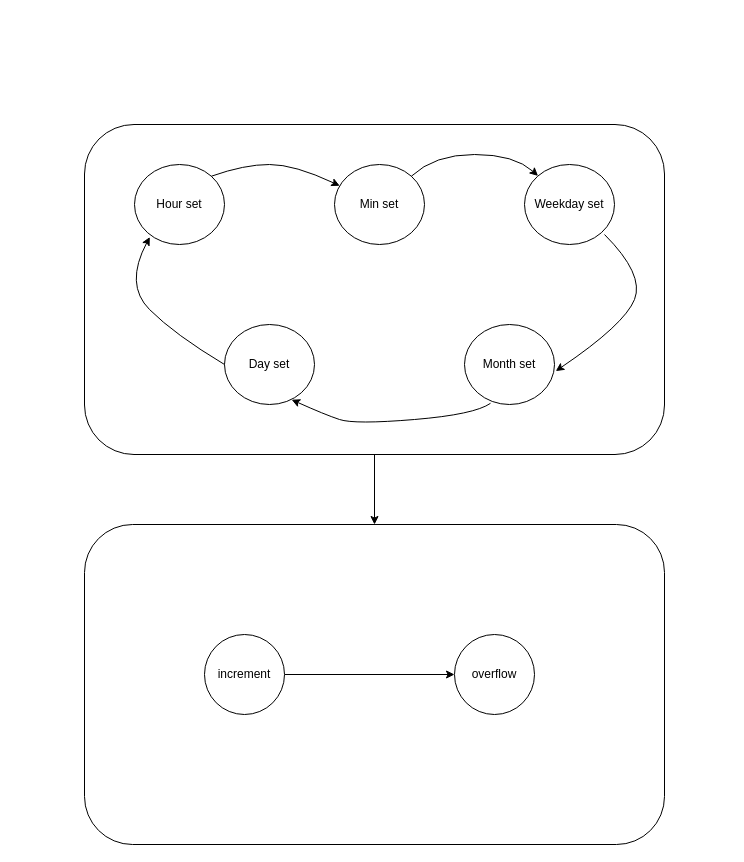
Earlier version of the draw.io diagram page "Time/Calendar/ Alarm setting" (3 of 4) of Stopwatch FSM.drawio (epicfletch/UWE-Stopwatch-3LM). Source tidied: cells renumbered, new cells numbered last; positions are measured from the earlier drawing's top-left corner, leaving out a move shared by most shapes. Both pictures are drawn from the tidied source at 100%, with x=0, y=0 at pixel (84, 124).
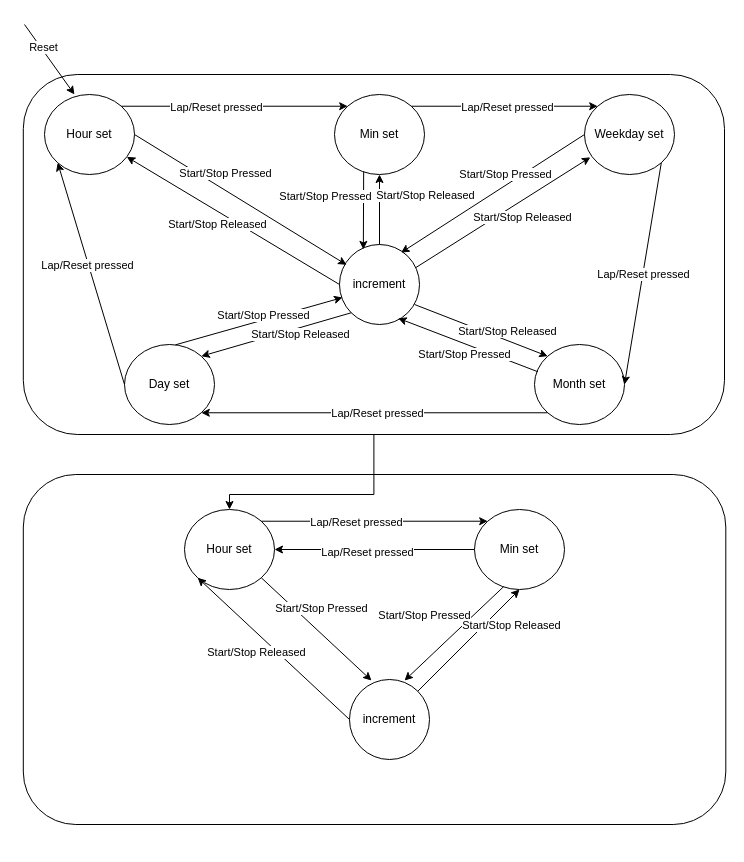
After the change.

The edit, as a diff of the source:
```diff
@@
-    <mxCell id="2" style="edgeStyle=orthogonalEdgeStyle;rounded=0;jettySize=auto;html=1;exitX=0.5;exitY=1;exitDx=0;exitDy=0;entryX=0.5;entryY=0;entryDx=0;entryDy=0;" parent="1" edge="1" source="3" target="14">
-      <mxGeometry relative="1" as="geometry" />
-    </mxCell>
-    <mxCell id="3" style="rounded=1;whiteSpace=wrap;html=1;" parent="1" vertex="1">
-      <mxGeometry width="580" height="330" as="geometry" />
-    </mxCell>
+    <mxCell id="18" style="rounded=1;whiteSpace=wrap;html=1;" parent="1" vertex="1">
+      <mxGeometry x="-61.2" y="-50" width="701.2" height="360" as="geometry" />
+    </mxCell>
     <mxCell id="4" value="Hour set" style="ellipse;whiteSpace=wrap;html=1;" parent="1" vertex="1">
-      <mxGeometry x="50" y="40" width="90" height="80" as="geometry" />
+      <mxGeometry x="-40" y="-30" width="90" height="80" as="geometry" />
     </mxCell>
     <mxCell id="5" value="Min set" style="ellipse;whiteSpace=wrap;html=1;" parent="1" vertex="1">
-      <mxGeometry x="250" y="40" width="90" height="80" as="geometry" />
+      <mxGeometry x="250" y="-30" width="90" height="80" as="geometry" />
     </mxCell>
     <mxCell id="6" value="Weekday set" style="ellipse;whiteSpace=wrap;html=1;" parent="1" vertex="1">
-      <mxGeometry x="440" y="40" width="90" height="80" as="geometry" />
+      <mxGeometry x="500" y="-30" width="90" height="80" as="geometry" />
     </mxCell>
     <mxCell id="7" value="Day set" style="ellipse;whiteSpace=wrap;html=1;" parent="1" vertex="1">
-      <mxGeometry x="140" y="200" width="90" height="80" as="geometry" />
+      <mxGeometry x="40" y="220" width="90" height="80" as="geometry" />
     </mxCell>
     <mxCell id="8" value="Month set" style="ellipse;whiteSpace=wrap;html=1;" parent="1" vertex="1">
-      <mxGeometry x="380" y="200" width="90" height="80" as="geometry" />
+      <mxGeometry x="450" y="220" width="90" height="80" as="geometry" />
     </mxCell>
+    <mxCell id="16" value="increment" style="ellipse;whiteSpace=wrap;html=1;" parent="1" vertex="1">
+      <mxGeometry x="255" y="120" width="80" height="80" as="geometry" />
+    </mxCell>
+    <mxCell id="13" style="endArrow=classic;html=1;rounded=0;exitX=1;exitY=0;exitDx=0;exitDy=0;entryX=0;entryY=0;entryDx=0;entryDy=0;" parent="1" edge="1" source="4" target="5">
+      <mxGeometry relative="1" as="geometry" />
+    </mxCell>
+    <mxCell id="19" value="Lap/Reset pressed" style="edgeLabel;html=1;align=center;verticalAlign=middle;" parent="13" vertex="1">
+      <mxGeometry x="-0.29" y="-1" relative="1" as="geometry">
+        <mxPoint x="15" as="offset" />
+      </mxGeometry>
+    </mxCell>
-    <mxCell id="9" style="curved=1;endArrow=classic;html=1;rounded=0;exitX=1;exitY=0;exitDx=0;exitDy=0;" parent="1" edge="1" source="5" target="6">
-      <mxGeometry relative="1" as="geometry">
-        <Array as="points">
-          <mxPoint x="350" y="30" />
-          <mxPoint x="430" y="30" />
-        </Array>
-      </mxGeometry>
+    <mxCell id="9" style="endArrow=classic;html=1;rounded=0;exitX=1;exitY=0;exitDx=0;exitDy=0;entryX=0;entryY=0;entryDx=0;entryDy=0;" parent="1" edge="1" source="5" target="6">
+      <mxGeometry relative="1" as="geometry" />
     </mxCell>
+    <mxCell id="20" value="Lap/Reset pressed" style="edgeLabel;html=1;align=center;verticalAlign=middle;" parent="9" vertex="1">
+      <mxGeometry x="0.07" y="-1" relative="1" as="geometry">
+        <mxPoint x="-4" as="offset" />
+      </mxGeometry>
+    </mxCell>
-    <mxCell id="10" style="curved=1;endArrow=classic;html=1;rounded=0;exitX=0.889;exitY=0.875;exitDx=0;exitDy=0;exitPerimeter=0;entryX=1.014;entryY=0.582;entryDx=0;entryDy=0;entryPerimeter=0;" parent="1" edge="1" source="6" target="8">
-      <mxGeometry relative="1" as="geometry">
-        <Array as="points">
-          <mxPoint x="560" y="150" />
-          <mxPoint x="540" y="200" />
-        </Array>
-      </mxGeometry>
+    <mxCell id="10" style="endArrow=classic;html=1;rounded=0;exitX=1;exitY=1;exitDx=0;exitDy=0;entryX=1;entryY=0.5;entryDx=0;entryDy=0;" parent="1" edge="1" source="6" target="8">
+      <mxGeometry relative="1" as="geometry" />
     </mxCell>
+    <mxCell id="21" value="Lap/Reset pressed" style="edgeLabel;html=1;align=center;verticalAlign=middle;" parent="10" vertex="1">
+      <mxGeometry x="0.01" relative="1" as="geometry" />
+    </mxCell>
-    <mxCell id="11" style="curved=1;endArrow=classic;html=1;rounded=0;exitX=0.289;exitY=0.985;exitDx=0;exitDy=0;exitPerimeter=0;entryX=0.746;entryY=0.94;entryDx=0;entryDy=0;entryPerimeter=0;" parent="1" edge="1" source="8" target="7">
-      <mxGeometry relative="1" as="geometry">
-        <Array as="points">
-          <mxPoint x="390" y="290" />
-          <mxPoint x="270" y="300" />
-          <mxPoint x="240" y="290" />
-        </Array>
-      </mxGeometry>
+    <mxCell id="11" style="endArrow=classic;html=1;rounded=0;exitX=0;exitY=1;exitDx=0;exitDy=0;entryX=1;entryY=1;entryDx=0;entryDy=0;" parent="1" edge="1" source="8" target="7">
+      <mxGeometry relative="1" as="geometry" />
     </mxCell>
+    <mxCell id="22" value="Lap/Reset pressed" style="edgeLabel;html=1;align=center;verticalAlign=middle;" parent="11" vertex="1">
+      <mxGeometry x="-0.01" relative="1" as="geometry" />
+    </mxCell>
-    <mxCell id="12" style="curved=1;endArrow=classic;html=1;rounded=0;exitX=0;exitY=0.5;exitDx=0;exitDy=0;entryX=0.17;entryY=0.907;entryDx=0;entryDy=0;entryPerimeter=0;" parent="1" edge="1" source="7" target="4">
-      <mxGeometry relative="1" as="geometry">
-        <Array as="points">
-          <mxPoint x="90" y="210" />
-          <mxPoint x="40" y="160" />
-        </Array>
-      </mxGeometry>
+    <mxCell id="12" style="endArrow=classic;html=1;rounded=0;exitX=0;exitY=0.5;exitDx=0;exitDy=0;entryX=0;entryY=1;entryDx=0;entryDy=0;" parent="1" edge="1" source="7" target="4">
+      <mxGeometry relative="1" as="geometry" />
     </mxCell>
-    <mxCell id="13" style="curved=1;endArrow=classic;html=1;rounded=0;exitX=1;exitY=0;exitDx=0;exitDy=0;" parent="1" edge="1" source="4" target="5">
-      <mxGeometry relative="1" as="geometry">
-        <Array as="points">
-          <mxPoint x="160" y="40" />
-          <mxPoint x="210" y="40" />
-        </Array>
-      </mxGeometry>
-    </mxCell>
-    <mxCell id="14" style="rounded=1;whiteSpace=wrap;html=1;" parent="1" vertex="1">
-      <mxGeometry y="400" width="580" height="320" as="geometry" />
-    </mxCell>
-    <mxCell id="15" style="edgeStyle=orthogonalEdgeStyle;rounded=0;jettySize=auto;html=1;exitX=1;exitY=0.5;exitDx=0;exitDy=0;" parent="1" edge="1" source="16" target="17">
-      <mxGeometry relative="1" as="geometry" />
-    </mxCell>
-    <mxCell id="16" value="increment" style="ellipse;whiteSpace=wrap;html=1;" parent="1" vertex="1">
-      <mxGeometry x="120" y="510" width="80" height="80" as="geometry" />
-    </mxCell>
-    <mxCell id="17" value="over&lt;span style=&quot;background-color: transparent; color: light-dark(rgb(0, 0, 0), rgb(255, 255, 255));&quot;&gt;flow&lt;/span&gt;" style="ellipse;whiteSpace=wrap;html=1;" parent="1" vertex="1">
-      <mxGeometry x="370" y="510" width="80" height="80" as="geometry" />
-    </mxCell>
+    <mxCell id="23" value="Lap/Reset pressed" style="edgeLabel;html=1;align=center;verticalAlign=middle;" parent="12" vertex="1">
+      <mxGeometry x="0.08" y="2" relative="1" as="geometry" />
+    </mxCell>
+    <mxCell id="24" style="endArrow=classic;html=1;rounded=0;exitX=1;exitY=0.5;exitDx=0;exitDy=0;entryX=0.088;entryY=0.254;entryDx=0;entryDy=0;entryPerimeter=0;" parent="1" edge="1" source="4" target="16">
+      <mxGeometry relative="1" as="geometry" />
+    </mxCell>
+    <mxCell id="25" value="Start/Stop Pressed" style="edgeLabel;html=1;align=center;verticalAlign=middle;" parent="24" vertex="1">
+      <mxGeometry x="-0.41" relative="1" as="geometry">
+        <mxPoint x="28" as="offset" />
+      </mxGeometry>
+    </mxCell>
+    <mxCell id="26" style="endArrow=classic;html=1;rounded=0;exitX=0;exitY=0.5;exitDx=0;exitDy=0;" parent="1" edge="1" source="16" target="4">
+      <mxGeometry relative="1" as="geometry" />
+    </mxCell>
+    <mxCell id="27" value="Start/Stop Released" style="edgeLabel;html=1;align=center;verticalAlign=middle;" parent="26" vertex="1">
+      <mxGeometry x="-0.04" y="1" relative="1" as="geometry">
+        <mxPoint x="-20" as="offset" />
+      </mxGeometry>
+    </mxCell>
+    <mxCell id="28" style="endArrow=classic;html=1;rounded=0;exitX=0.567;exitY=0.004;exitDx=0;exitDy=0;entryX=0.038;entryY=0.663;entryDx=0;entryDy=0;entryPerimeter=0;exitPerimeter=0;" parent="1" edge="1" source="7" target="16">
+      <mxGeometry relative="1" as="geometry" />
+    </mxCell>
+    <mxCell id="29" value="Start/Stop Pressed" style="edgeLabel;html=1;align=center;verticalAlign=middle;" parent="28" vertex="1">
+      <mxGeometry x="-0.28" relative="1" as="geometry">
+        <mxPoint x="28" y="-13" as="offset" />
+      </mxGeometry>
+    </mxCell>
+    <mxCell id="30" style="endArrow=classic;html=1;rounded=0;exitX=0;exitY=1;exitDx=0;exitDy=0;entryX=1;entryY=0;entryDx=0;entryDy=0;" parent="1" edge="1" source="16" target="7">
+      <mxGeometry relative="1" as="geometry" />
+    </mxCell>
+    <mxCell id="31" value="Start/Stop Released" style="edgeLabel;html=1;align=center;verticalAlign=middle;" parent="30" vertex="1">
+      <mxGeometry y="1" relative="1" as="geometry">
+        <mxPoint x="23" y="-1" as="offset" />
+      </mxGeometry>
+    </mxCell>
+    <mxCell id="32" style="endArrow=classic;html=1;rounded=0;exitX=0.324;exitY=0.964;exitDx=0;exitDy=0;exitPerimeter=0;entryX=0.298;entryY=0.061;entryDx=0;entryDy=0;entryPerimeter=0;" parent="1" edge="1" source="5" target="16">
+      <mxGeometry relative="1" as="geometry" />
+    </mxCell>
+    <mxCell id="33" value="Start/Stop Pressed" style="edgeLabel;html=1;align=center;verticalAlign=middle;" parent="32" vertex="1">
+      <mxGeometry x="-0.16" y="-3" relative="1" as="geometry">
+        <mxPoint x="-36" y="-9" as="offset" />
+      </mxGeometry>
+    </mxCell>
+    <mxCell id="34" style="endArrow=classic;html=1;rounded=0;exitX=0.5;exitY=0;exitDx=0;exitDy=0;entryX=0.5;entryY=1;entryDx=0;entryDy=0;" parent="1" edge="1" source="16" target="5">
+      <mxGeometry relative="1" as="geometry" />
+    </mxCell>
+    <mxCell id="35" value="Start/Stop Released" style="edgeLabel;html=1;align=center;verticalAlign=middle;" parent="34" vertex="1">
+      <mxGeometry x="-0.06" y="1" relative="1" as="geometry">
+        <mxPoint x="46" y="-17" as="offset" />
+      </mxGeometry>
+    </mxCell>
+    <mxCell id="36" style="endArrow=classic;html=1;rounded=0;exitX=0;exitY=0.5;exitDx=0;exitDy=0;entryX=0.769;entryY=0.102;entryDx=0;entryDy=0;entryPerimeter=0;" parent="1" edge="1" source="6" target="16">
+      <mxGeometry relative="1" as="geometry" />
+    </mxCell>
+    <mxCell id="37" value="Start/Stop Pressed" style="edgeLabel;html=1;align=center;verticalAlign=middle;" parent="36" vertex="1">
+      <mxGeometry x="-0.14" y="-2" relative="1" as="geometry">
+        <mxPoint x="1" y="-10" as="offset" />
+      </mxGeometry>
+    </mxCell>
+    <mxCell id="38" style="endArrow=classic;html=1;rounded=0;entryX=0.065;entryY=0.785;entryDx=0;entryDy=0;exitX=0.955;exitY=0.288;exitDx=0;exitDy=0;exitPerimeter=0;entryPerimeter=0;" parent="1" edge="1" source="16" target="6">
+      <mxGeometry relative="1" as="geometry" />
+    </mxCell>
+    <mxCell id="39" value="Start/Stop Released" style="edgeLabel;html=1;align=center;verticalAlign=middle;" parent="38" vertex="1">
+      <mxGeometry x="-0.06" y="-1" relative="1" as="geometry">
+        <mxPoint x="24" as="offset" />
+      </mxGeometry>
+    </mxCell>
+    <mxCell id="40" style="endArrow=classic;html=1;rounded=0;entryX=0;entryY=0;entryDx=0;entryDy=0;exitX=0.938;exitY=0.75;exitDx=0;exitDy=0;exitPerimeter=0;" parent="1" edge="1" source="16" target="8">
+      <mxGeometry relative="1" as="geometry" />
+    </mxCell>
+    <mxCell id="41" value="Start/Stop Released" style="edgeLabel;html=1;align=center;verticalAlign=middle;" parent="40" vertex="1">
+      <mxGeometry x="0.08" y="1" relative="1" as="geometry">
+        <mxPoint x="20" as="offset" />
+      </mxGeometry>
+    </mxCell>
+    <mxCell id="42" style="endArrow=classic;html=1;rounded=0;entryX=0.734;entryY=0.922;entryDx=0;entryDy=0;entryPerimeter=0;exitX=0.036;exitY=0.34;exitDx=0;exitDy=0;exitPerimeter=0;" parent="1" edge="1" source="8" target="16">
+      <mxGeometry relative="1" as="geometry" />
+    </mxCell>
+    <mxCell id="43" value="Start/Stop Pressed" style="edgeLabel;html=1;align=center;verticalAlign=middle;" parent="42" vertex="1">
+      <mxGeometry x="0.36" y="3" relative="1" as="geometry">
+        <mxPoint x="23" y="16" as="offset" />
+      </mxGeometry>
+    </mxCell>
+    <mxCell id="44" style="endArrow=classic;html=1;rounded=0;entryX=0.333;entryY=0;entryDx=0;entryDy=0;entryPerimeter=0;" parent="1" edge="1" target="4">
+      <mxGeometry relative="1" as="geometry">
+        <mxPoint x="-60" y="-100" as="sourcePoint" />
+      </mxGeometry>
+    </mxCell>
+    <mxCell id="45" value="Reset" style="edgeLabel;html=1;align=center;verticalAlign=middle;" parent="44" vertex="1">
+      <mxGeometry x="-0.33" y="2" relative="1" as="geometry" />
+    </mxCell>
+    <mxCell id="46" style="rounded=1;whiteSpace=wrap;html=1;" parent="1" vertex="1">
+      <mxGeometry x="-61.2" y="350" width="702.5" height="350" as="geometry" />
+    </mxCell>
+    <mxCell id="47" value="Hour set" style="ellipse;whiteSpace=wrap;html=1;" parent="1" vertex="1">
+      <mxGeometry x="100" y="385" width="90" height="80" as="geometry" />
+    </mxCell>
+    <mxCell id="48" value="Min set" style="ellipse;whiteSpace=wrap;html=1;" parent="1" vertex="1">
+      <mxGeometry x="390" y="385" width="90" height="80" as="geometry" />
+    </mxCell>
+    <mxCell id="49" value="increment" style="ellipse;whiteSpace=wrap;html=1;" parent="1" vertex="1">
+      <mxGeometry x="265" y="555" width="80" height="80" as="geometry" />
+    </mxCell>
+    <mxCell id="50" style="endArrow=classic;html=1;rounded=0;exitX=1;exitY=0;exitDx=0;exitDy=0;entryX=0;entryY=0;entryDx=0;entryDy=0;" parent="1" edge="1" source="47" target="48">
+      <mxGeometry relative="1" as="geometry" />
+    </mxCell>
+    <mxCell id="51" value="Lap/Reset pressed" style="edgeLabel;html=1;align=center;verticalAlign=middle;" parent="50" vertex="1">
+      <mxGeometry x="-0.29" y="-1" relative="1" as="geometry">
+        <mxPoint x="15" as="offset" />
+      </mxGeometry>
+    </mxCell>
+    <mxCell id="52" style="endArrow=classic;html=1;rounded=0;exitX=0;exitY=0.5;exitDx=0;exitDy=0;entryX=1;entryY=0.5;entryDx=0;entryDy=0;" parent="1" edge="1" source="48" target="47">
+      <mxGeometry relative="1" as="geometry" />
+    </mxCell>
+    <mxCell id="53" value="Lap/Reset pressed" style="edgeLabel;html=1;align=center;verticalAlign=middle;" parent="52" vertex="1">
+      <mxGeometry x="0.08" y="2" relative="1" as="geometry" />
+    </mxCell>
+    <mxCell id="54" style="endArrow=classic;html=1;rounded=0;exitX=1;exitY=1;exitDx=0;exitDy=0;entryX=0.275;entryY=0.013;entryDx=0;entryDy=0;entryPerimeter=0;" parent="1" edge="1" source="47" target="49">
+      <mxGeometry relative="1" as="geometry" />
+    </mxCell>
+    <mxCell id="55" value="Start/Stop Pressed" style="edgeLabel;html=1;align=center;verticalAlign=middle;" parent="54" vertex="1">
+      <mxGeometry x="-0.41" relative="1" as="geometry">
+        <mxPoint x="28" as="offset" />
+      </mxGeometry>
+    </mxCell>
+    <mxCell id="56" style="endArrow=classic;html=1;rounded=0;exitX=0;exitY=0.5;exitDx=0;exitDy=0;entryX=0;entryY=1;entryDx=0;entryDy=0;" parent="1" edge="1" source="49" target="47">
+      <mxGeometry relative="1" as="geometry" />
+    </mxCell>
+    <mxCell id="57" value="Start/Stop Released" style="edgeLabel;html=1;align=center;verticalAlign=middle;" parent="56" vertex="1">
+      <mxGeometry x="-0.04" y="1" relative="1" as="geometry">
+        <mxPoint x="-20" as="offset" />
+      </mxGeometry>
+    </mxCell>
+    <mxCell id="58" style="endArrow=classic;html=1;rounded=0;exitX=0.324;exitY=0.964;exitDx=0;exitDy=0;exitPerimeter=0;entryX=0.688;entryY=0.013;entryDx=0;entryDy=0;entryPerimeter=0;" parent="1" edge="1" source="48" target="49">
+      <mxGeometry relative="1" as="geometry" />
+    </mxCell>
+    <mxCell id="59" value="Start/Stop Pressed" style="edgeLabel;html=1;align=center;verticalAlign=middle;" parent="58" vertex="1">
+      <mxGeometry x="-0.16" y="-3" relative="1" as="geometry">
+        <mxPoint x="-36" y="-9" as="offset" />
+      </mxGeometry>
+    </mxCell>
+    <mxCell id="60" style="endArrow=classic;html=1;rounded=0;exitX=1;exitY=0;exitDx=0;exitDy=0;entryX=0.5;entryY=1;entryDx=0;entryDy=0;" parent="1" edge="1" source="49" target="48">
+      <mxGeometry relative="1" as="geometry" />
+    </mxCell>
+    <mxCell id="61" value="Start/Stop Released" style="edgeLabel;html=1;align=center;verticalAlign=middle;" parent="60" vertex="1">
+      <mxGeometry x="-0.06" y="1" relative="1" as="geometry">
+        <mxPoint x="46" y="-17" as="offset" />
+      </mxGeometry>
+    </mxCell>
+    <mxCell id="62" style="edgeStyle=orthogonalEdgeStyle;rounded=0;jettySize=auto;html=1;exitX=0.5;exitY=1;exitDx=0;exitDy=0;entryX=0.5;entryY=0;entryDx=0;entryDy=0;" parent="1" edge="1" source="18" target="47">
+      <mxGeometry relative="1" as="geometry">
+        <Array as="points">
+          <mxPoint x="289" y="370" />
+          <mxPoint x="145" y="370" />
+        </Array>
+      </mxGeometry>
+    </mxCell>
```
